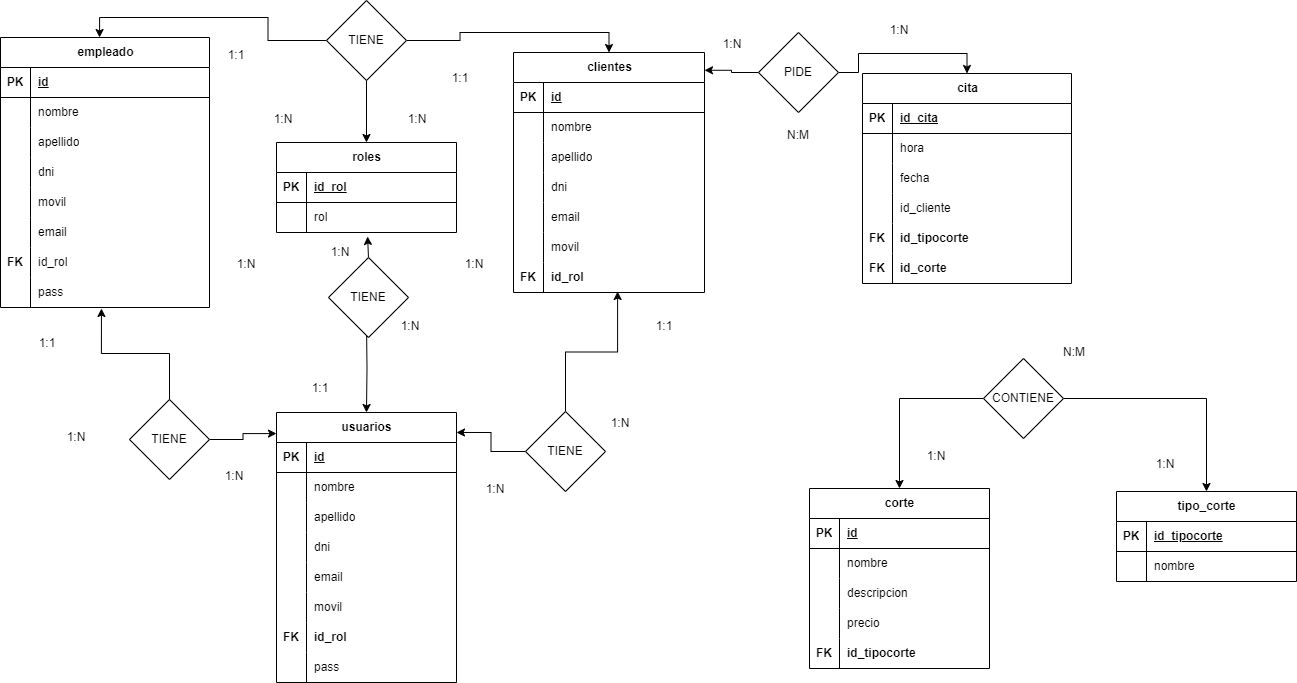
This is doc/entidad_relacion/DrawIO/Entidad-Relacion.png from Jorgeev27/Servicio-Peluqueria, a draw.io export, as it was before one commit. Source tidied: cells renumbered, new cells last; positions are measured from the earlier drawing's top-left corner, leaving out a move shared by most shapes.
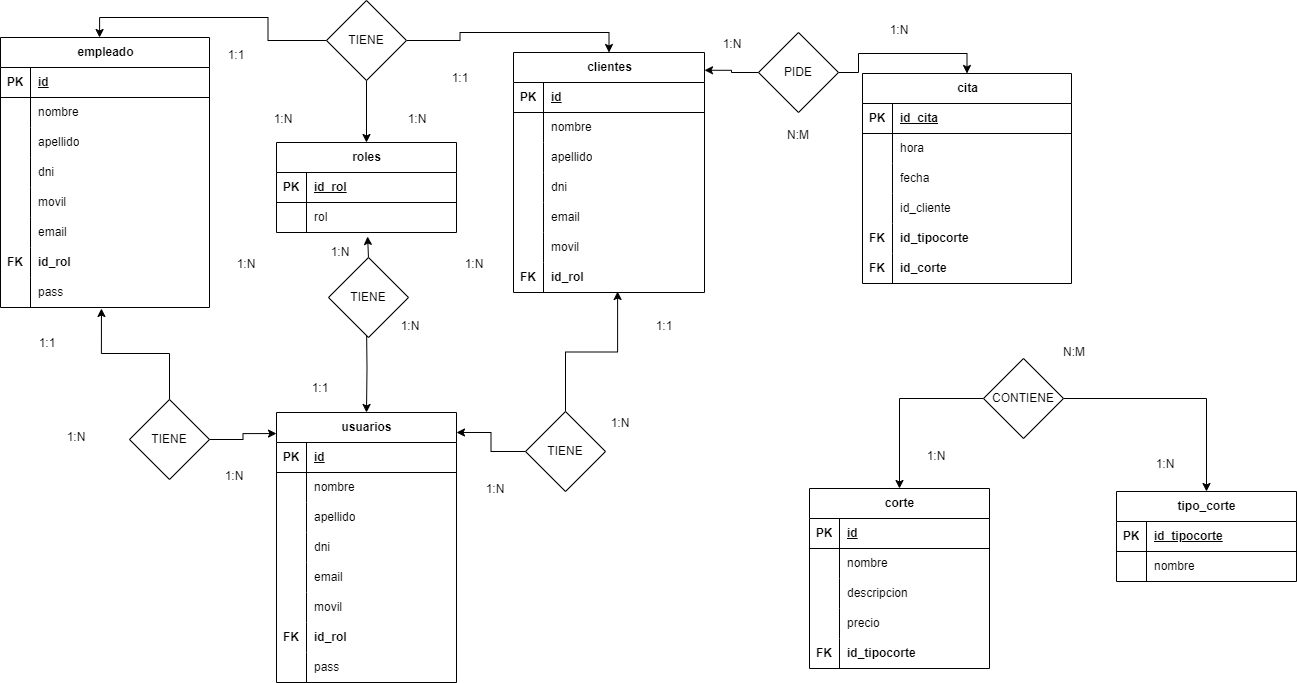
After the commit.

The edit, as a diff of the source:
```diff
@@ -65,7 +65,7 @@
     <mxCell id="22" value="&lt;b&gt;FK&lt;/b&gt;" style="shape=partialRectangle;fillColor=none;top=0;left=0;bottom=0;right=0;overflow=hidden;whiteSpace=wrap;html=1;" parent="21" vertex="1">
       <mxGeometry width="30" height="30" as="geometry" />
     </mxCell>
-    <mxCell id="23" value="id_rol" style="shape=partialRectangle;fillColor=none;top=0;left=0;bottom=0;right=0;align=left;spacingLeft=6;overflow=hidden;whiteSpace=wrap;html=1;" parent="21" vertex="1">
+    <mxCell id="23" value="&lt;b&gt;id_rol&lt;/b&gt;" style="shape=partialRectangle;fillColor=none;top=0;left=0;bottom=0;right=0;align=left;spacingLeft=6;overflow=hidden;whiteSpace=wrap;html=1;" parent="21" vertex="1">
       <mxGeometry x="30" width="179" height="30" as="geometry" />
     </mxCell>
     <mxCell id="24" style="shape=tableRow;horizontal=0;startSize=0;swimlaneHead=0;swimlaneBody=0;fillColor=none;points=[[0,0.5],[1,0.5]];portConstraint=eastwest;top=0;left=0;right=0;bottom=0;" parent="2" vertex="1">
```
